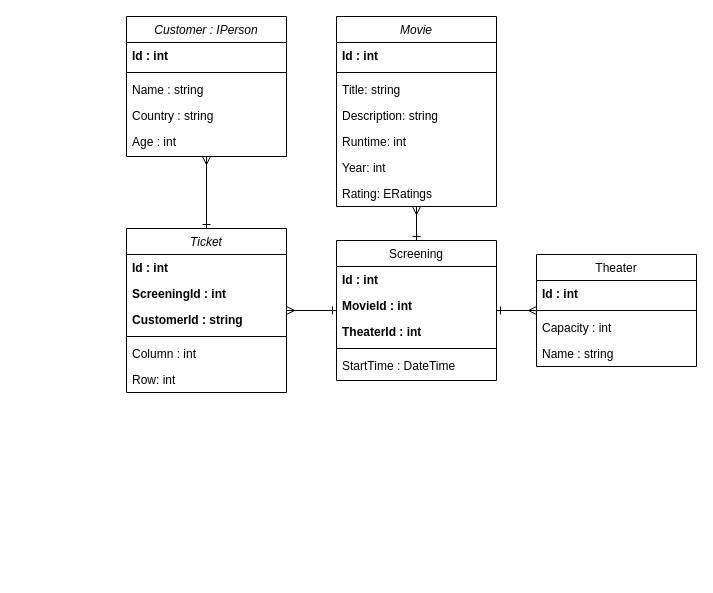
This is docs/cinemaDemo_server.drawio from ScandiumSG/cinema_demo_backend, a draw.io file, before an edit. Source tidied: cells renumbered, new cells numbered last; positions are measured from the earlier drawing's top-left corner, leaving out a move shared by most shapes. Both pictures are drawn from the tidied source at 100%, with x=0, y=0 at pixel (126, 16).
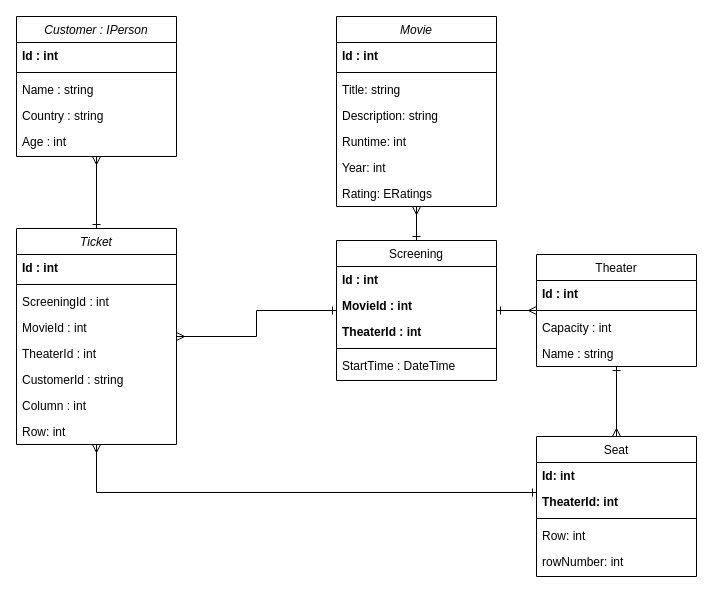
After the change.

Unchanged cells that the change refers to:
```xml
<mxCell id="27" value="Theater" style="swimlane;fontStyle=0;align=center;verticalAlign=top;horizontal=1;startSize=26;rounded=0;shadow=0;strokeWidth=1;" parent="1" vertex="1">
  <mxGeometry x="410" y="238" width="160" height="112" as="geometry" />
</mxCell>
```

Diff of the diagram source:
```diff
@@
+    <mxCell id="38" style="edgeStyle=orthogonalEdgeStyle;rounded=0;jettySize=auto;html=1;endArrow=ERone;endFill=0;startArrow=ERmany;startFill=0;" parent="1" edge="1" source="3" target="42">
+      <mxGeometry relative="1" as="geometry">
+        <Array as="points">
+          <mxPoint x="-30" y="476" />
+        </Array>
+      </mxGeometry>
+    </mxCell>
     <mxCell id="3" value="Ticket" style="swimlane;fontStyle=2;align=center;verticalAlign=top;horizontal=1;startSize=26;rounded=0;shadow=0;strokeWidth=1;" parent="1" vertex="1">
-      <mxGeometry y="212" width="160" height="164" as="geometry" />
+      <mxGeometry x="-110" y="212" width="160" height="216" as="geometry" />
     </mxCell>
@@
+    <mxCell id="7" style="line;html=1;strokeWidth=1;align=left;verticalAlign=middle;spacingTop=-1;spacingLeft=3;spacingRight=3;labelPosition=right;" parent="3" vertex="1">
+      <mxGeometry y="52" width="160" height="8" as="geometry" />
+    </mxCell>
-    <mxCell id="5" value="ScreeningId : int" style="text;align=left;verticalAlign=top;spacingLeft=4;spacingRight=4;overflow=hidden;rounded=0;shadow=0;html=0;fontStyle=1;" parent="3" vertex="1">
-      <mxGeometry y="52" width="160" height="26" as="geometry" />
+    <mxCell id="5" value="ScreeningId : int" style="text;align=left;verticalAlign=top;spacingLeft=4;spacingRight=4;overflow=hidden;rounded=0;shadow=0;html=0;fontStyle=0;" parent="3" vertex="1">
+      <mxGeometry y="60" width="160" height="26" as="geometry" />
     </mxCell>
+    <mxCell id="39" value="MovieId : int" style="text;align=left;verticalAlign=top;spacingLeft=4;spacingRight=4;overflow=hidden;rounded=0;shadow=0;html=0;fontStyle=0;" parent="3" vertex="1">
+      <mxGeometry y="86" width="160" height="26" as="geometry" />
+    </mxCell>
+    <mxCell id="40" value="TheaterId : int" style="text;align=left;verticalAlign=top;spacingLeft=4;spacingRight=4;overflow=hidden;rounded=0;shadow=0;html=0;fontStyle=0;" parent="3" vertex="1">
+      <mxGeometry y="112" width="160" height="26" as="geometry" />
+    </mxCell>
-    <mxCell id="6" value="CustomerId : string" style="text;align=left;verticalAlign=top;spacingLeft=4;spacingRight=4;overflow=hidden;rounded=0;shadow=0;html=0;fontStyle=1;" parent="3" vertex="1">
-      <mxGeometry y="78" width="160" height="26" as="geometry" />
+    <mxCell id="6" value="CustomerId : string" style="text;align=left;verticalAlign=top;spacingLeft=4;spacingRight=4;overflow=hidden;rounded=0;shadow=0;html=0;fontStyle=0;" parent="3" vertex="1">
+      <mxGeometry y="138" width="160" height="26" as="geometry" />
     </mxCell>
-    <mxCell id="7" style="line;html=1;strokeWidth=1;align=left;verticalAlign=middle;spacingTop=-1;spacingLeft=3;spacingRight=3;labelPosition=right;" parent="3" vertex="1">
-      <mxGeometry y="104" width="160" height="8" as="geometry" />
-    </mxCell>
     <mxCell id="8" value="Column : int" style="text;align=left;verticalAlign=top;spacingLeft=4;spacingRight=4;overflow=hidden;" parent="3" vertex="1">
-      <mxGeometry y="112" width="160" height="26" as="geometry" />
+      <mxGeometry y="164" width="160" height="26" as="geometry" />
     </mxCell>
     <mxCell id="9" value="Row: int" style="text;align=left;verticalAlign=top;spacingLeft=4;spacingRight=4;overflow=hidden;" parent="3" vertex="1">
-      <mxGeometry y="138" width="160" height="26" as="geometry" />
+      <mxGeometry y="190" width="160" height="26" as="geometry" />
     </mxCell>
@@
     <mxCell id="32" value="Customer : IPerson" style="swimlane;fontStyle=2;align=center;verticalAlign=top;horizontal=1;startSize=26;rounded=0;shadow=0;strokeWidth=1;" parent="1" vertex="1">
-      <mxGeometry width="160" height="140" as="geometry" />
+      <mxGeometry x="-110" width="160" height="140" as="geometry" />
     </mxCell>
@@
+    <mxCell id="41" style="edgeStyle=orthogonalEdgeStyle;rounded=0;jettySize=auto;html=1;endArrow=ERone;endFill=0;startArrow=ERmany;startFill=0;" parent="1" edge="1" source="42" target="27">
+      <mxGeometry relative="1" as="geometry" />
+    </mxCell>
+    <mxCell id="42" value="Seat" style="swimlane;fontStyle=0;align=center;verticalAlign=top;horizontal=1;startSize=26;rounded=0;shadow=0;strokeWidth=1;" parent="1" vertex="1">
+      <mxGeometry x="410" y="420" width="160" height="140" as="geometry" />
+    </mxCell>
+    <mxCell id="43" value="Id: int" style="text;align=left;verticalAlign=top;spacingLeft=4;spacingRight=4;overflow=hidden;fontStyle=1;" parent="42" vertex="1">
+      <mxGeometry y="26" width="160" height="26" as="geometry" />
+    </mxCell>
+    <mxCell id="44" value="TheaterId: int" style="text;align=left;verticalAlign=top;spacingLeft=4;spacingRight=4;overflow=hidden;fontStyle=1;" parent="42" vertex="1">
+      <mxGeometry y="52" width="160" height="26" as="geometry" />
+    </mxCell>
+    <mxCell id="45" style="line;html=1;strokeWidth=1;align=left;verticalAlign=middle;spacingTop=-1;spacingLeft=3;spacingRight=3;labelPosition=right;" parent="42" vertex="1">
+      <mxGeometry y="78" width="160" height="8" as="geometry" />
+    </mxCell>
+    <mxCell id="46" value="Row: int" style="text;align=left;verticalAlign=top;spacingLeft=4;spacingRight=4;overflow=hidden;" parent="42" vertex="1">
+      <mxGeometry y="86" width="160" height="26" as="geometry" />
+    </mxCell>
+    <mxCell id="47" value="rowNumber: int" style="text;align=left;verticalAlign=top;spacingLeft=4;spacingRight=4;overflow=hidden;" parent="42" vertex="1">
+      <mxGeometry y="112" width="160" height="26" as="geometry" />
+    </mxCell>
```
